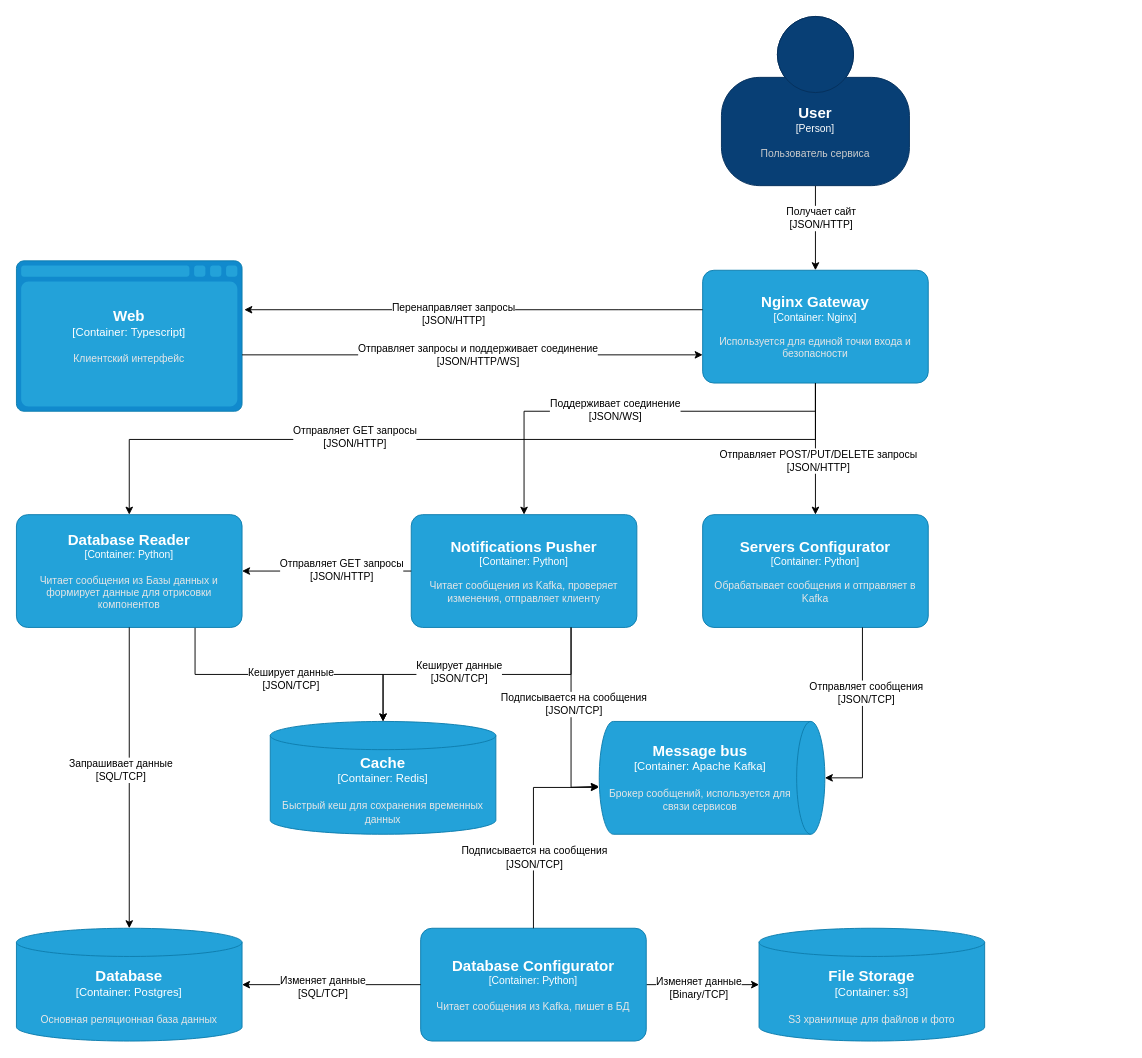
This is docs/arch.drawio from Pavloffff/Coworking, a draw.io file, before an edit. Source tidied: cells renumbered, new cells numbered last; positions are measured from the earlier drawing's top-left corner, leaving out a move shared by most shapes. Both pictures are drawn from the tidied source at 94%, with x=0, y=0 at pixel (16, 16).
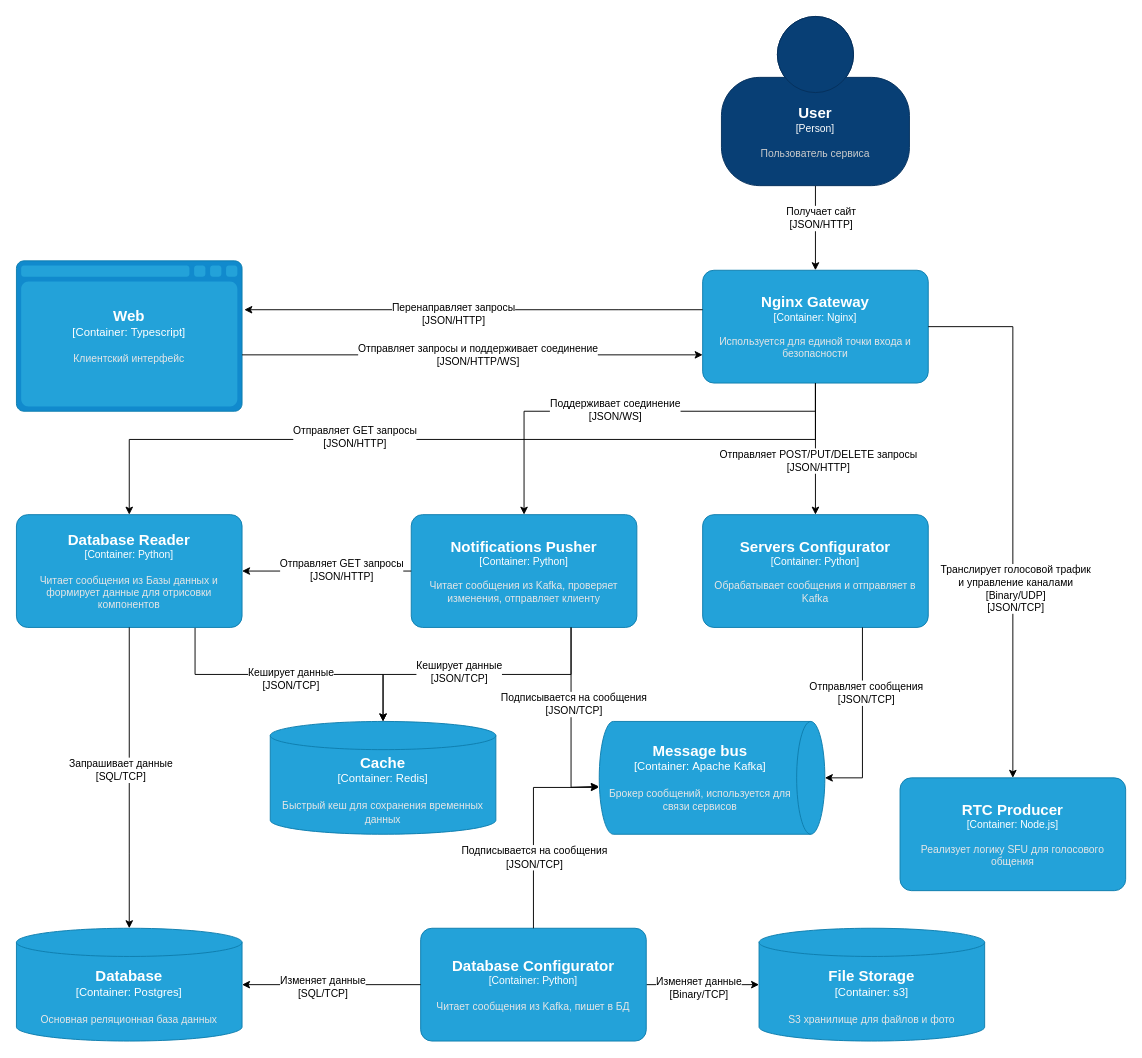
After the change.

Commit message (it also covers changes not shown here):
db and arch extended

The change refers to these unchanged cells:
```xml
<object id="19" label="&lt;font style=&quot;font-size: 16px&quot;&gt;&lt;b&gt;%c4Name%&lt;/b&gt;&lt;/font&gt;&lt;div&gt;[%c4Type%: %c4Technology%]&lt;/div&gt;&lt;br&gt;&lt;div&gt;&lt;font style=&quot;font-size: 11px&quot;&gt;&lt;font color=&quot;#E6E6E6&quot;&gt;%c4Description%&lt;/font&gt;&lt;/div&gt;" c4Description="Используется для единой точки входа и безопасности" c4Name="Nginx Gateway" c4Technology="Nginx" c4Type="Container" placeholders="1">
  <mxCell style="rounded=1;whiteSpace=wrap;html=1;fontSize=11;labelBackgroundColor=none;fillColor=#23A2D9;fontColor=#ffffff;align=center;arcSize=10;strokeColor=#0E7DAD;points=[[0.25,0,0],[0.5,0,0],[0.75,0,0],[1,0.25,0],[1,0.5,0],[1,0.75,0],[0.75,1,0],[0.5,1,0],[0.25,1,0],[0,0.75,0],[0,0.5,0],[0,0.25,0]];" parent="1" vertex="1">
    <mxGeometry x="730" y="270" width="240" height="120" as="geometry" />
  </mxCell>
</object>
```

Change to the diagram source:
```diff
@@
+    <object id="44" label="&lt;font style=&quot;font-size: 16px&quot;&gt;&lt;b&gt;%c4Name%&lt;/b&gt;&lt;/font&gt;&lt;div&gt;[%c4Type%: %c4Technology%]&lt;/div&gt;&lt;br&gt;&lt;div&gt;&lt;font style=&quot;font-size: 11px&quot;&gt;&lt;font color=&quot;#E6E6E6&quot;&gt;%c4Description%&lt;/font&gt;&lt;/div&gt;" c4Description="Реализует логику SFU для голосового общения" c4Name="RTC Producer" c4Technology="Node.js" c4Type="Container" placeholders="1">
+      <mxCell style="rounded=1;whiteSpace=wrap;html=1;fontSize=11;labelBackgroundColor=none;fillColor=#23A2D9;fontColor=#ffffff;align=center;arcSize=10;strokeColor=#0E7DAD;points=[[0.25,0,0],[0.5,0,0],[0.75,0,0],[1,0.25,0],[1,0.5,0],[1,0.75,0],[0.75,1,0],[0.5,1,0],[0.25,1,0],[0,0.75,0],[0,0.5,0],[0,0.25,0]];" parent="1" vertex="1">
+        <mxGeometry x="940" y="810" width="240" height="120" as="geometry" />
+      </mxCell>
+    </object>
+    <mxCell id="45" style="edgeStyle=orthogonalEdgeStyle;rounded=0;jettySize=auto;html=1;entryX=0.5;entryY=0;entryDx=0;entryDy=0;entryPerimeter=0;" parent="1" edge="1" source="19" target="44">
+      <mxGeometry relative="1" as="geometry">
+        <Array as="points">
+          <mxPoint x="1060" y="330" />
+        </Array>
+      </mxGeometry>
+    </mxCell>
+    <mxCell id="46" value="Транслирует голосовой трафик&lt;br&gt;и управление каналами&lt;br&gt;[Binary/UDP]&lt;br&gt;[JSON/TCP]" style="edgeLabel;html=1;align=center;verticalAlign=middle;" parent="45" vertex="1">
+      <mxGeometry x="0.29" y="2" relative="1" as="geometry" />
+    </mxCell>
```
